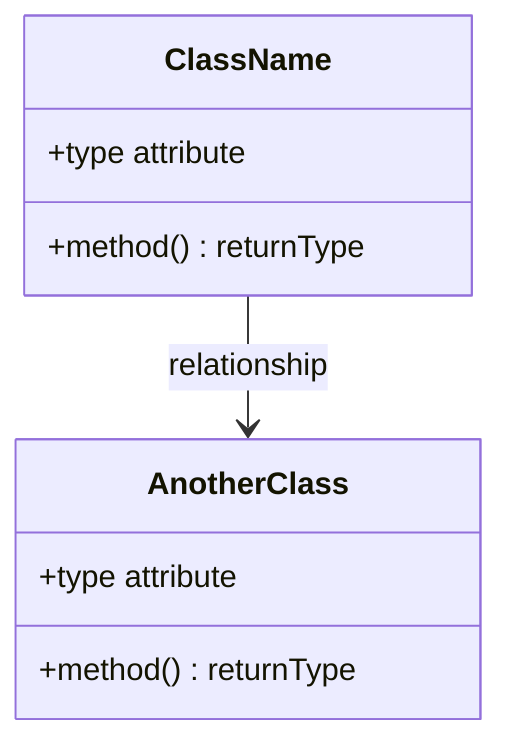
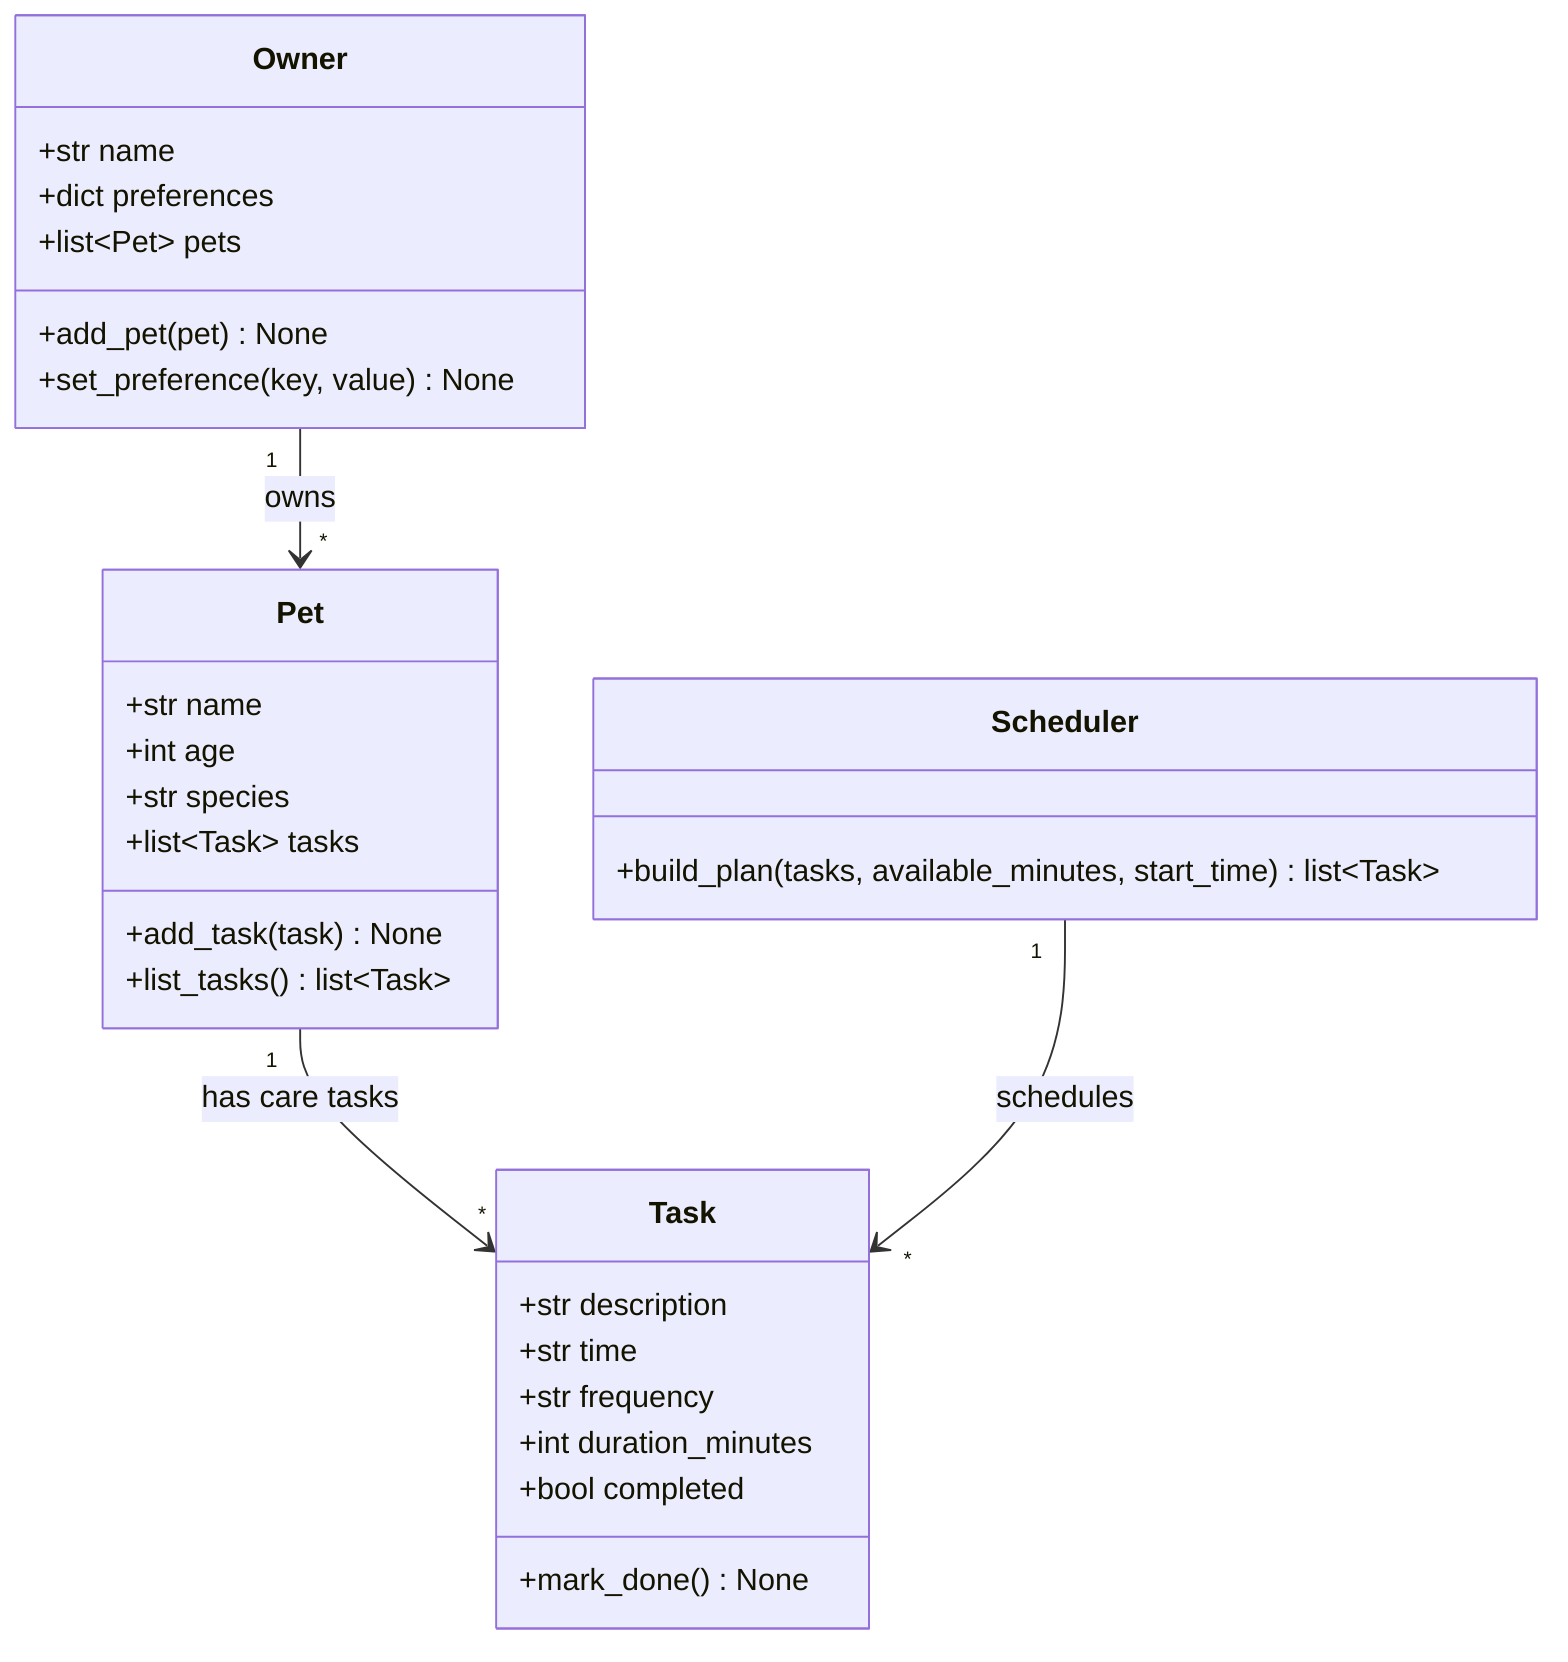
classDiagram
-     %% Replace the placeholders below with your actual classes, attributes, methods, and relationships.
-     %% Keep this file updated so it matches your final implementation.
+     %% PawPal+ — class diagram.
+     %% CHANGE LOG (design evolution, kept for project reflection):
+     %%   v1 = initial brainstorm.  v2 = revisions below.
+     %%   Old items are kept as %% comments so the design history is visible.

-     class ClassName {
-         +type attribute
-         +method() returnType
+     class Owner {
+         +str name
+         +dict preferences
+         +list~Pet~ pets
+         +add_pet(pet) None
+         %% v2 added: update a single preference cleanly
+         +set_preference(key, value) None
    }

-     class AnotherClass {
-         +type attribute
-         +method() returnType
+     class Pet {
+         +str name
+         +int age
+         +str species
+         %% v2 added: pets now own their own task list
+         +list~Task~ tasks
+         +add_task(task) None
+         +list_tasks() list~Task~
+         %% v2 removed: complete_walk() / eat_meal() — a walk or meal is just a Task; complete it via task.mark_done()
    }

-     ClassName --> AnotherClass : relationship
+     class Task {
+         %% v1 fields (replaced in v2):
+         %% +str title
+         %% +str category
+         %% +int duration_minutes
+         %% +str priority
+         %% v2 fields:
+         +str description
+         +str time
+         +str frequency
+         +int duration_minutes
+         +bool completed
+         +mark_done() None
+         %% v2 removed: is_complete() bool — redundant, read the `completed` attribute directly
+     }
+ 
+     class Scheduler {
+         %% v1 methods (replaced in v2 by a single build_plan):
+         %% +schedule_walk(task) None
+         %% +schedule_meal(task) None
+         %% +schedule_med(task) None
+         %% v2: one general method builds the whole day's plan
+         +build_plan(tasks, available_minutes, start_time) list~Task~
+     }
+ 
+     Owner "1" --> "*" Pet : owns
+     Pet "1" --> "*" Task : has care tasks
+     Scheduler "1" --> "*" Task : schedules
